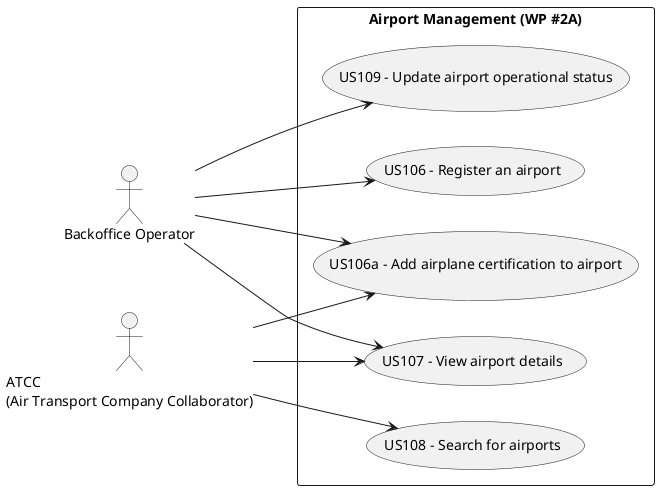
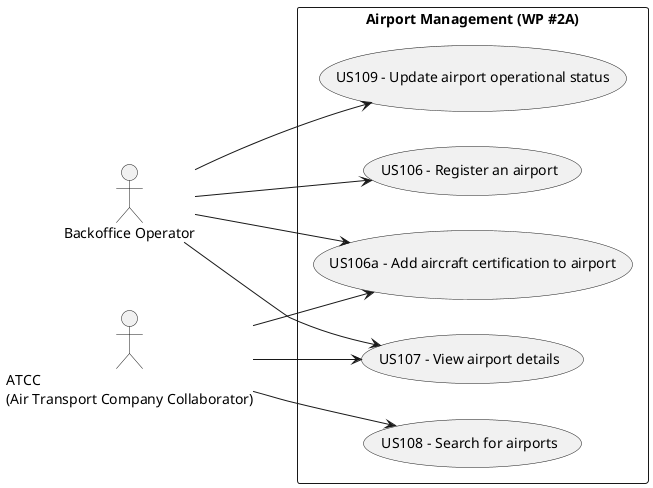
@startuml
left to right direction
skinparam packageStyle rectangle

actor "Backoffice Operator" as BO
actor "ATCC\n(Air Transport Company Collaborator)" as ATCC

rectangle "Airport Management (WP #2A)" {
  usecase "US106 - Register an airport" as UC106
-   usecase "US106a - Add airplane certification to airport" as UC106a
+   usecase "US106a - Add aircraft certification to airport" as UC106a
  usecase "US107 - View airport details" as UC107
  usecase "US108 - Search for airports" as UC108
  usecase "US109 - Update airport operational status" as UC109
}

BO --> UC106
BO --> UC106a
BO --> UC107
BO --> UC109

ATCC --> UC106a
ATCC --> UC107
ATCC --> UC108

@enduml
